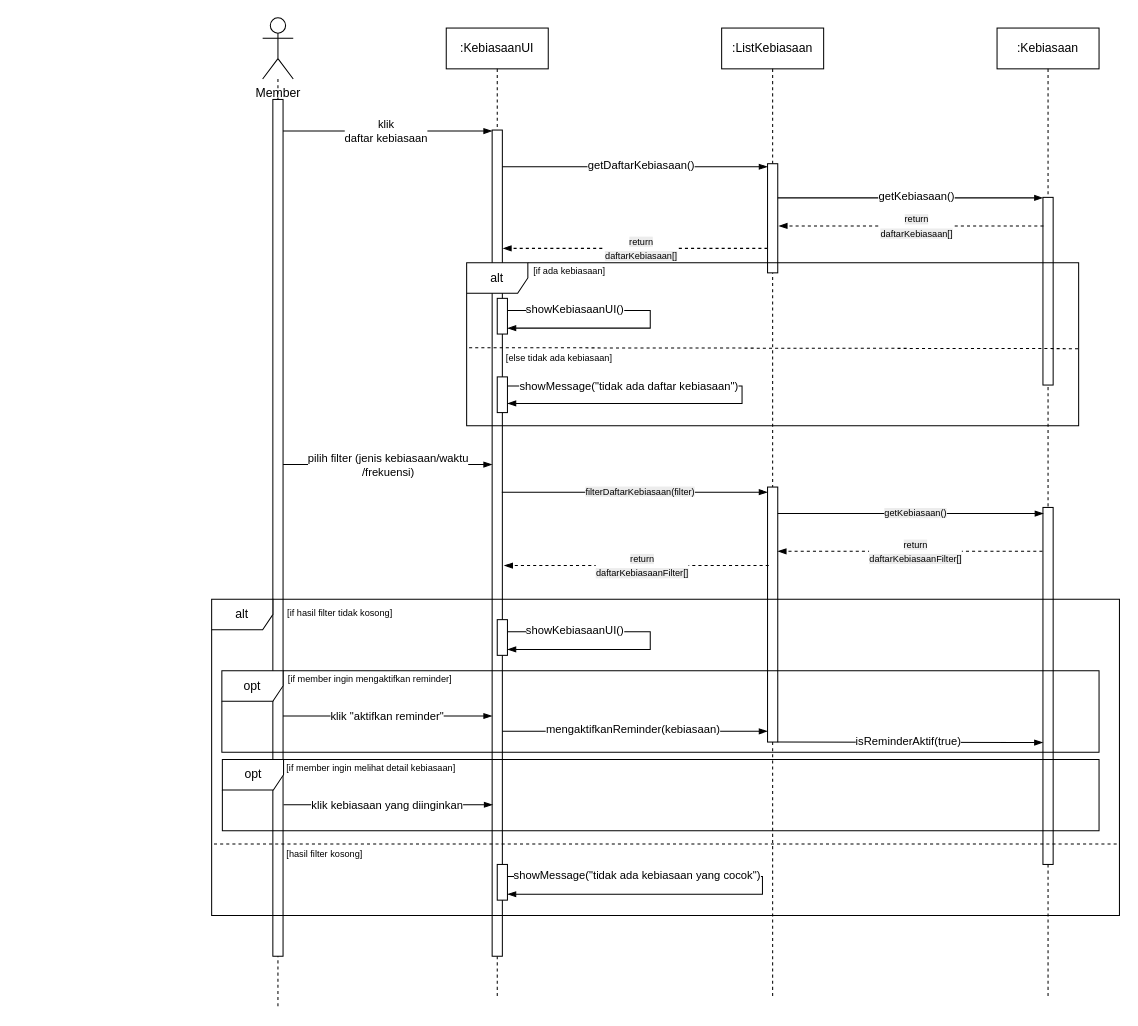
Earlier version of the draw.io diagram page "Sequence Diagram" (1 of 2) of Diagram Tanpa Judul.drawio (anthef/anthef). Source tidied: cells renumbered, new cells numbered last; positions are measured from the earlier drawing's top-left corner, leaving out a move shared by most shapes. Both pictures are drawn from the tidied source at 102%, with x=0, y=0 at pixel (211, 17).
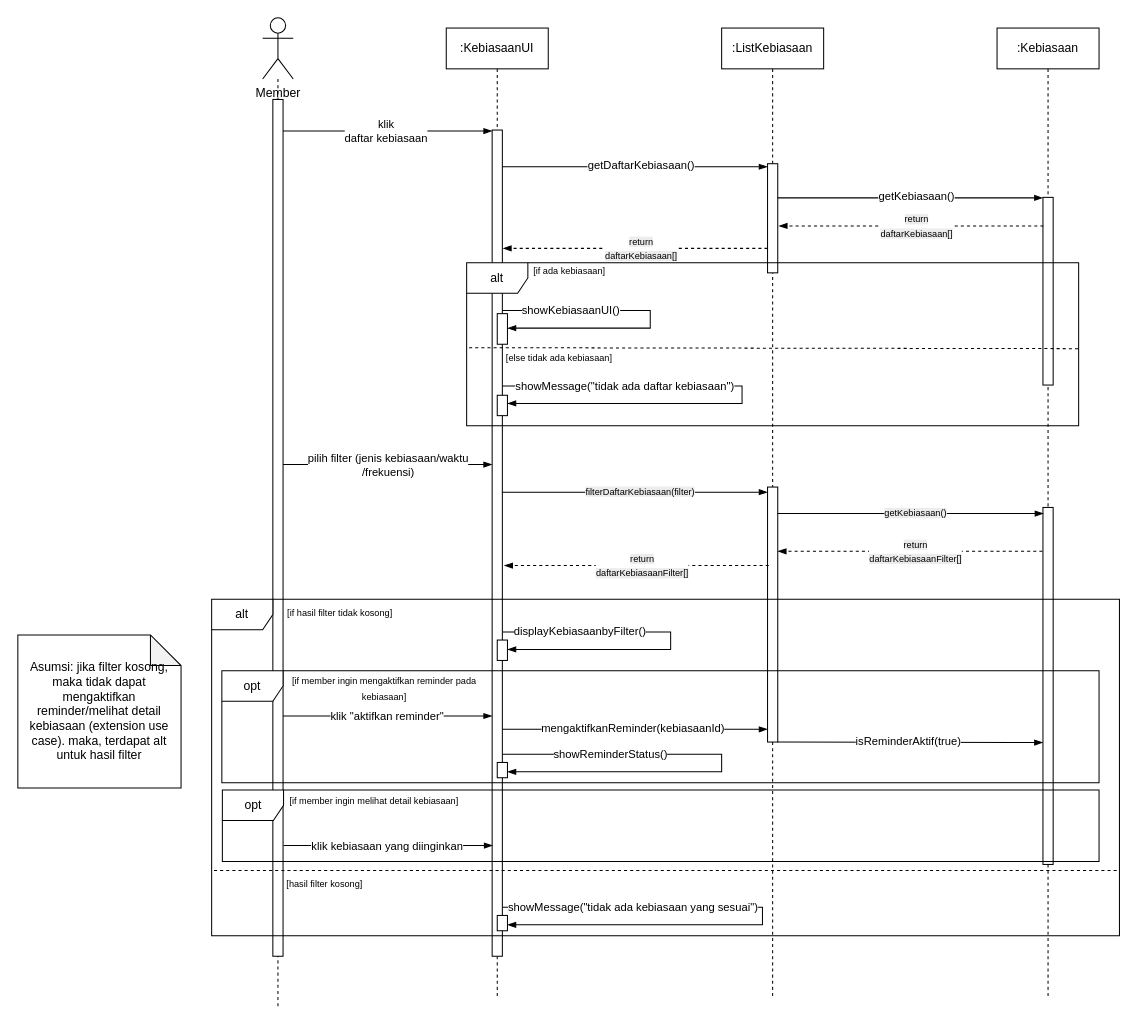
After the change.

Unchanged cells that the change refers to:
```xml
<mxCell id="4" style="html=1;points=[];perimeter=orthogonalPerimeter;outlineConnect=0;targetShapes=umlLifeline;portConstraint=eastwest;newEdgeStyle={&quot;edgeStyle&quot;:&quot;elbowEdgeStyle&quot;,&quot;elbow&quot;:&quot;vertical&quot;,&quot;curved&quot;:0,&quot;rounded&quot;:0};" parent="3" vertex="1">
  <mxGeometry x="45" y="100" width="10" height="810" as="geometry" />
</mxCell>
```

Diff of the diagram source:
```diff
@@
     <mxCell id="17" value="&lt;font style=&quot;font-size: 9px;&quot;&gt;[hasil filter kosong]&lt;/font&gt;" style="text;html=1;whiteSpace=wrap;strokeColor=none;fillColor=none;align=center;verticalAlign=middle;rounded=0;" parent="1" vertex="1">
-      <mxGeometry x="66" y="804" width="90" height="30" as="geometry" />
+      <mxGeometry x="66" y="834" width="90" height="30" as="geometry" />
     </mxCell>
@@
     <mxCell id="32" value="alt" style="shape=umlFrame;whiteSpace=wrap;html=1;" parent="1" vertex="1">
-      <mxGeometry y="570" width="890" height="310" as="geometry" />
+      <mxGeometry y="570" width="890" height="330" as="geometry" />
     </mxCell>
@@
     <mxCell id="35" style="endArrow=none;html=1;rounded=0;dashed=1;exitX=0.004;exitY=0.521;exitDx=0;exitDy=0;exitPerimeter=0;" parent="1" edge="1">
       <mxGeometry relative="1" as="geometry">
-        <mxPoint x="2.3" y="810" as="sourcePoint" />
-        <mxPoint x="890" y="810" as="targetPoint" />
+        <mxPoint x="2.3" y="836" as="sourcePoint" />
+        <mxPoint x="890" y="836" as="targetPoint" />
       </mxGeometry>
     </mxCell>
     <mxCell id="36" value="opt" style="shape=umlFrame;whiteSpace=wrap;html=1;" parent="1" vertex="1">
-      <mxGeometry x="10" y="640" width="860" height="80" as="geometry" />
+      <mxGeometry x="10" y="640" width="860" height="110" as="geometry" />
     </mxCell>
@@
-    <mxCell id="39" value="&lt;font style=&quot;font-size: 9px;&quot;&gt;[if member ingin mengaktifkan reminder]&lt;/font&gt;" style="text;html=1;whiteSpace=wrap;strokeColor=none;fillColor=none;align=center;verticalAlign=middle;rounded=0;" parent="1" vertex="1">
-      <mxGeometry x="50" y="633" width="211" height="30" as="geometry" />
+    <mxCell id="39" value="&lt;font style=&quot;font-size: 9px;&quot;&gt;[if member ingin mengaktifkan reminder pada&lt;/font&gt;&lt;div&gt;&lt;font style=&quot;font-size: 9px;&quot;&gt;kebiasaan]&lt;/font&gt;&lt;/div&gt;" style="text;html=1;whiteSpace=wrap;strokeColor=none;fillColor=none;align=center;verticalAlign=middle;rounded=0;" parent="1" vertex="1">
+      <mxGeometry x="64" y="642" width="211" height="30" as="geometry" />
     </mxCell>
     <mxCell id="40" value="opt" style="shape=umlFrame;whiteSpace=wrap;html=1;" parent="1" vertex="1">
-      <mxGeometry x="10.5" y="727" width="859.5" height="70" as="geometry" />
+      <mxGeometry x="10.5" y="757" width="859.5" height="70" as="geometry" />
     </mxCell>
     <mxCell id="41" style="endArrow=blockThin;startArrow=none;html=1;rounded=0;startFill=0;endFill=1;" parent="1" edge="1">
       <mxGeometry relative="1" as="geometry">
-        <mxPoint x="70.5" y="771.5" as="sourcePoint" />
-        <mxPoint x="275.5" y="771.5" as="targetPoint" />
+        <mxPoint x="70.5" y="811.5" as="sourcePoint" />
+        <mxPoint x="275.5" y="811.5" as="targetPoint" />
       </mxGeometry>
     </mxCell>
@@
     <mxCell id="43" value="&lt;font style=&quot;font-size: 9px;&quot;&gt;[if member ingin melihat detail kebiasaan]&lt;/font&gt;" style="text;html=1;whiteSpace=wrap;strokeColor=none;fillColor=none;align=center;verticalAlign=middle;rounded=0;" parent="1" vertex="1">
-      <mxGeometry x="50.5" y="720" width="211" height="30" as="geometry" />
+      <mxGeometry x="53.5" y="752" width="211" height="30" as="geometry" />
     </mxCell>
@@
     <mxCell id="48" style="endArrow=blockThin;startArrow=none;html=1;rounded=0;startFill=0;endFill=1;" parent="1" edge="1">
       <mxGeometry relative="1" as="geometry">
-        <mxPoint x="285" y="699.5" as="sourcePoint" />
-        <mxPoint x="545" y="699.5" as="targetPoint" />
+        <mxPoint x="285" y="697.5" as="sourcePoint" />
+        <mxPoint x="545" y="697.5" as="targetPoint" />
       </mxGeometry>
     </mxCell>
-    <mxCell id="49" value="mengaktifkanReminder(kebiasaan)" style="edgeLabel;html=1;align=center;verticalAlign=middle;" parent="48" vertex="1">
+    <mxCell id="49" value="mengaktifkanReminder(kebiasaanId)" style="edgeLabel;html=1;align=center;verticalAlign=middle;" parent="48" vertex="1">
       <mxGeometry x="-0.07" y="3" relative="1" as="geometry">
-        <mxPoint x="6" y="1" as="offset" />
+        <mxPoint x="6" y="2" as="offset" />
       </mxGeometry>
     </mxCell>
@@
     <mxCell id="52" style="rounded=0;whiteSpace=wrap;html=1;" parent="1" vertex="1">
-      <mxGeometry x="280" y="275" width="10" height="35" as="geometry" />
+      <mxGeometry x="280" y="290" width="10" height="30" as="geometry" />
     </mxCell>
-    <mxCell id="53" style="edgeStyle=orthogonalEdgeStyle;rounded=0;orthogonalLoop=1;jettySize=auto;html=1;exitX=1;exitY=0.25;exitDx=0;exitDy=0;entryX=1;entryY=0.75;entryDx=0;entryDy=0;endArrow=blockThin;endFill=1;" parent="1" edge="1">
+    <mxCell id="53" style="edgeStyle=orthogonalEdgeStyle;rounded=0;jettySize=auto;html=1;entryX=1;entryY=0.75;entryDx=0;entryDy=0;endArrow=blockThin;endFill=1;" parent="1" edge="1" source="4">
       <mxGeometry relative="1" as="geometry">
-        <mxPoint x="290" y="286.8" as="sourcePoint" />
         <mxPoint x="290" y="304.2" as="targetPoint" />
         <Array as="points">
           <mxPoint x="430" y="287" />
           <mxPoint x="430" y="304" />
         </Array>
       </mxGeometry>
     </mxCell>
@@
-    <mxCell id="55" style="edgeStyle=orthogonalEdgeStyle;rounded=0;orthogonalLoop=1;jettySize=auto;html=1;exitX=1;exitY=0.25;exitDx=0;exitDy=0;entryX=1;entryY=0.75;entryDx=0;entryDy=0;endArrow=blockThin;endFill=1;" parent="1" edge="1">
+    <mxCell id="55" style="edgeStyle=orthogonalEdgeStyle;rounded=0;jettySize=auto;html=1;entryX=1;entryY=0.75;entryDx=0;entryDy=0;endArrow=blockThin;endFill=1;" parent="1" edge="1" source="4">
       <mxGeometry relative="1" as="geometry">
-        <mxPoint x="290" y="361" as="sourcePoint" />
         <mxPoint x="290" y="378" as="targetPoint" />
         <Array as="points">
           <mxPoint x="520" y="361" />
           <mxPoint x="520" y="378" />
         </Array>
       </mxGeometry>
     </mxCell>
@@
     <mxCell id="57" style="rounded=0;whiteSpace=wrap;html=1;" parent="1" vertex="1">
-      <mxGeometry x="280" y="352" width="10" height="35" as="geometry" />
+      <mxGeometry x="280" y="370" width="10" height="20" as="geometry" />
     </mxCell>
@@
     <mxCell id="59" style="rounded=0;whiteSpace=wrap;html=1;" parent="1" vertex="1">
-      <mxGeometry x="280" y="590" width="10" height="35" as="geometry" />
+      <mxGeometry x="280" y="610" width="10" height="20" as="geometry" />
     </mxCell>
-    <mxCell id="60" style="edgeStyle=orthogonalEdgeStyle;rounded=0;orthogonalLoop=1;jettySize=auto;html=1;exitX=1;exitY=0.25;exitDx=0;exitDy=0;entryX=1;entryY=0.75;entryDx=0;entryDy=0;endArrow=blockThin;endFill=1;" parent="1" edge="1">
+    <mxCell id="60" style="edgeStyle=orthogonalEdgeStyle;rounded=0;jettySize=auto;html=1;entryX=1;entryY=0.75;entryDx=0;entryDy=0;endArrow=blockThin;endFill=1;" parent="1" edge="1" source="4">
       <mxGeometry relative="1" as="geometry">
-        <mxPoint x="290" y="601.8" as="sourcePoint" />
         <mxPoint x="290" y="619.2" as="targetPoint" />
         <Array as="points">
-          <mxPoint x="430" y="602" />
-          <mxPoint x="430" y="619" />
+          <mxPoint x="450" y="602" />
+          <mxPoint x="450" y="619" />
         </Array>
       </mxGeometry>
     </mxCell>
-    <mxCell id="61" value="showKebiasaanUI()" style="edgeLabel;html=1;align=center;verticalAlign=middle;" parent="60" vertex="1">
+    <mxCell id="61" value="displayKebiasaanbyFilter()" style="edgeLabel;html=1;align=center;verticalAlign=middle;" parent="60" vertex="1">
       <mxGeometry x="-0.56" y="1" relative="1" as="geometry" />
     </mxCell>
     <mxCell id="62" style="rounded=0;whiteSpace=wrap;html=1;" parent="1" vertex="1">
-      <mxGeometry x="280" y="830" width="10" height="35" as="geometry" />
+      <mxGeometry x="280" y="880" width="10" height="15" as="geometry" />
     </mxCell>
-    <mxCell id="63" style="edgeStyle=orthogonalEdgeStyle;rounded=0;orthogonalLoop=1;jettySize=auto;html=1;exitX=1;exitY=0.25;exitDx=0;exitDy=0;entryX=1;entryY=0.75;entryDx=0;entryDy=0;endArrow=blockThin;endFill=1;" parent="1" edge="1">
+    <mxCell id="63" style="edgeStyle=orthogonalEdgeStyle;rounded=0;jettySize=auto;html=1;entryX=1;entryY=0.75;entryDx=0;entryDy=0;endArrow=blockThin;endFill=1;" parent="1" edge="1" source="4">
       <mxGeometry relative="1" as="geometry">
-        <mxPoint x="290" y="841.8" as="sourcePoint" />
-        <mxPoint x="290" y="859.2" as="targetPoint" />
+        <mxPoint x="290" y="889.2" as="targetPoint" />
         <Array as="points">
-          <mxPoint x="540" y="842" />
-          <mxPoint x="540" y="859" />
+          <mxPoint x="540" y="872" />
+          <mxPoint x="540" y="889" />
         </Array>
       </mxGeometry>
     </mxCell>
-    <mxCell id="64" value="showMessage(&quot;tidak ada kebiasaan yang cocok&quot;)" style="edgeLabel;html=1;align=center;verticalAlign=middle;" parent="63" vertex="1">
+    <mxCell id="64" value="showMessage(&quot;tidak ada kebiasaan yang sesuai&quot;)" style="edgeLabel;html=1;align=center;verticalAlign=middle;" parent="63" vertex="1">
       <mxGeometry x="-0.56" y="1" relative="1" as="geometry">
         <mxPoint x="12" as="offset" />
       </mxGeometry>
     </mxCell>
+    <mxCell id="65" value="Asumsi: jika filter kosong, maka tidak dapat mengaktifkan reminder/melihat detail kebiasaan (extension use case). maka, terdapat alt untuk hasil filter" style="shape=note;whiteSpace=wrap;html=1;backgroundOutline=1;darkOpacity=0.05;" parent="1" vertex="1">
+      <mxGeometry x="-190" y="605" width="160" height="150" as="geometry" />
+    </mxCell>
+    <mxCell id="66" style="rounded=0;whiteSpace=wrap;html=1;" parent="1" vertex="1">
+      <mxGeometry x="280" y="730" width="10" height="15" as="geometry" />
+    </mxCell>
+    <mxCell id="67" style="edgeStyle=orthogonalEdgeStyle;rounded=0;jettySize=auto;html=1;entryX=1;entryY=0.75;entryDx=0;entryDy=0;endArrow=blockThin;endFill=1;" parent="1" edge="1" source="4">
+      <mxGeometry relative="1" as="geometry">
+        <mxPoint x="290" y="739.2" as="targetPoint" />
+        <Array as="points">
+          <mxPoint x="500" y="722" />
+          <mxPoint x="500" y="739" />
+        </Array>
+      </mxGeometry>
+    </mxCell>
+    <mxCell id="68" value="showReminderStatus()" style="edgeLabel;html=1;align=center;verticalAlign=middle;" parent="67" vertex="1">
+      <mxGeometry x="-0.56" y="1" relative="1" as="geometry">
+        <mxPoint x="8" as="offset" />
+      </mxGeometry>
+    </mxCell>
```
